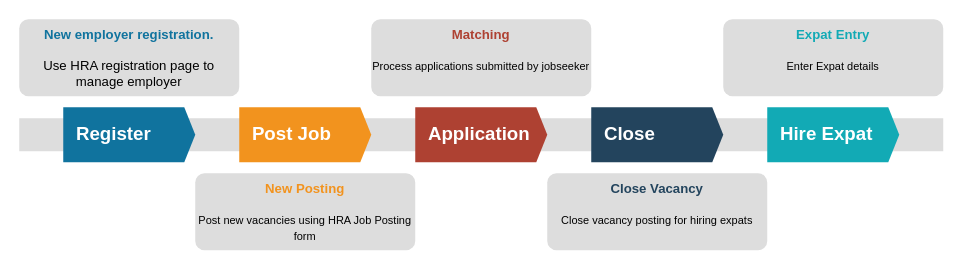
Earlier version of the draw.io diagram MOHRE_Proposal.drawio (Adityacs001/snippet). Source tidied: cells renumbered, new cells numbered last; positions are measured from the earlier drawing's top-left corner, leaving out a move shared by most shapes. Both pictures are drawn from the tidied source at 110%, with x=0, y=0 at pixel (19, 19).
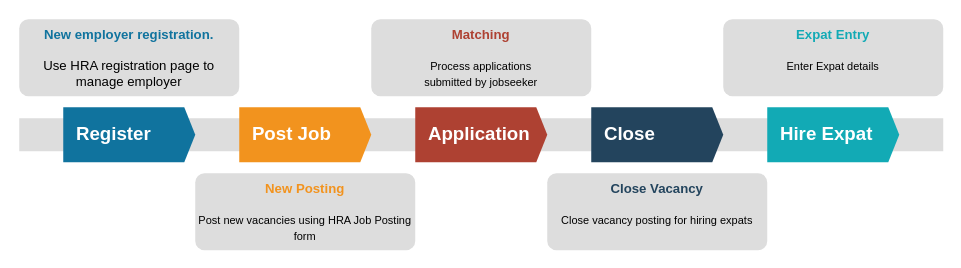
After the change.

The edit, as a diff of the source:
```diff
@@
 <mxGraphModel>
   <root>
     <mxCell id="0" />
     <mxCell id="1" parent="0" />
     <mxCell id="2" style="fillColor=#dddddd;rounded=0;strokeColor=none;" parent="1" vertex="1">
       <mxGeometry y="90" width="840" height="30" as="geometry" />
     </mxCell>
     <mxCell id="3" value="Register" style="shape=mxgraph.infographic.ribbonSimple;notch1=0;notch2=10;notch=0;html=1;fillColor=#10739E;strokeColor=none;shadow=0;fontSize=17;fontColor=#FFFFFF;align=left;spacingLeft=10;fontStyle=1;" parent="1" vertex="1">
       <mxGeometry x="40" y="80" width="120" height="50" as="geometry" />
     </mxCell>
     <mxCell id="4" value="Post Job" style="shape=mxgraph.infographic.ribbonSimple;notch1=0;notch2=10;notch=0;html=1;fillColor=#F2931E;strokeColor=none;shadow=0;fontSize=17;fontColor=#FFFFFF;align=left;spacingLeft=10;fontStyle=1;" parent="1" vertex="1">
       <mxGeometry x="200" y="80" width="120" height="50" as="geometry" />
     </mxCell>
     <mxCell id="5" value="Application" style="shape=mxgraph.infographic.ribbonSimple;notch1=0;notch2=10;notch=0;html=1;fillColor=#AE4132;strokeColor=none;shadow=0;fontSize=17;fontColor=#FFFFFF;align=left;spacingLeft=10;fontStyle=1;" parent="1" vertex="1">
       <mxGeometry x="360" y="80" width="120" height="50" as="geometry" />
     </mxCell>
     <mxCell id="6" value="Close" style="shape=mxgraph.infographic.ribbonSimple;notch1=0;notch2=10;notch=0;html=1;fillColor=#23445D;strokeColor=none;shadow=0;fontSize=17;fontColor=#FFFFFF;align=left;spacingLeft=10;fontStyle=1;" parent="1" vertex="1">
       <mxGeometry x="520" y="80" width="120" height="50" as="geometry" />
     </mxCell>
     <mxCell id="7" value="Hire Expat" style="shape=mxgraph.infographic.ribbonSimple;notch1=0;notch2=10;notch=0;html=1;fillColor=#12AAB5;strokeColor=none;shadow=0;fontSize=17;fontColor=#FFFFFF;align=left;spacingLeft=10;fontStyle=1;" parent="1" vertex="1">
       <mxGeometry x="680" y="80" width="120" height="50" as="geometry" />
     </mxCell>
     <mxCell id="8" value="&lt;font color=&quot;#10739e&quot;&gt;&lt;b&gt;New employer registration.&lt;br&gt;&lt;/b&gt;&lt;/font&gt;&lt;br&gt;Use HRA registration page to manage employer" style="rounded=1;strokeColor=none;fillColor=#DDDDDD;align=center;arcSize=12;verticalAlign=top;whiteSpace=wrap;html=1;fontSize=12;" parent="1" vertex="1">
       <mxGeometry width="200" height="70" as="geometry" />
     </mxCell>
     <mxCell id="9" value="&lt;font&gt;&lt;font color=&quot;#f2931e&quot;&gt;&lt;b&gt;New Posting&lt;/b&gt;&lt;/font&gt;&lt;br&gt;&lt;br&gt;&lt;font size=&quot;1&quot; style=&quot;font-size: 10px&quot;&gt;Post new vacancies using HRA Job Posting form&lt;/font&gt;&lt;/font&gt;" style="rounded=1;strokeColor=none;fillColor=#DDDDDD;align=center;arcSize=12;verticalAlign=top;whiteSpace=wrap;html=1;fontSize=12;" parent="1" vertex="1">
       <mxGeometry x="160" y="140" width="200" height="70" as="geometry" />
     </mxCell>
-    <mxCell id="10" value="&lt;font&gt;&lt;font color=&quot;#ae4132&quot;&gt;&lt;b&gt;Matching&lt;/b&gt;&lt;/font&gt;&lt;br&gt;&lt;br&gt;&lt;font size=&quot;1&quot; style=&quot;font-size: 10px&quot;&gt;Process applications submitted by jobseeker&lt;/font&gt;&lt;/font&gt;" style="rounded=1;strokeColor=none;fillColor=#DDDDDD;align=center;arcSize=12;verticalAlign=top;whiteSpace=wrap;html=1;fontSize=12;" parent="1" vertex="1">
+    <mxCell id="10" value="&lt;font&gt;&lt;font color=&quot;#ae4132&quot;&gt;&lt;b&gt;Matching&lt;/b&gt;&lt;/font&gt;&lt;br&gt;&lt;br&gt;&lt;font size=&quot;1&quot; style=&quot;font-size: 10px&quot;&gt;Process applications &lt;br&gt;submitted by jobseeker&lt;/font&gt;&lt;/font&gt;" style="rounded=1;strokeColor=none;fillColor=#DDDDDD;align=center;arcSize=12;verticalAlign=top;whiteSpace=wrap;html=1;fontSize=12;" parent="1" vertex="1">
       <mxGeometry x="320" width="200" height="70" as="geometry" />
     </mxCell>
     <mxCell id="11" value="&lt;font style=&quot;font-size: 10px&quot;&gt;&lt;font style=&quot;font-size: 12px&quot; color=&quot;#23445D&quot;&gt;&lt;b&gt;Close Vacancy&lt;/b&gt;&lt;/font&gt;&lt;br&gt;&lt;br&gt;&lt;font size=&quot;1&quot;&gt;Close vacancy posting for hiring expats&lt;/font&gt;&lt;/font&gt;" style="rounded=1;strokeColor=none;fillColor=#DDDDDD;align=center;arcSize=12;verticalAlign=top;whiteSpace=wrap;html=1;fontSize=12;" parent="1" vertex="1">
       <mxGeometry x="480" y="140" width="200" height="70" as="geometry" />
     </mxCell>
     <mxCell id="12" value="&lt;font style=&quot;font-size: 10px&quot;&gt;&lt;font style=&quot;font-size: 12px&quot; color=&quot;#12AAB5&quot;&gt;&lt;b&gt;Expat Entry&lt;/b&gt;&lt;/font&gt;&lt;br&gt;&lt;br&gt;&lt;font size=&quot;1&quot;&gt;Enter Expat details&lt;/font&gt;&lt;/font&gt;" style="rounded=1;strokeColor=none;fillColor=#DDDDDD;align=center;arcSize=12;verticalAlign=top;whiteSpace=wrap;html=1;fontSize=12;" parent="1" vertex="1">
       <mxGeometry x="640" width="200" height="70" as="geometry" />
     </mxCell>
   </root>
 </mxGraphModel>
```
